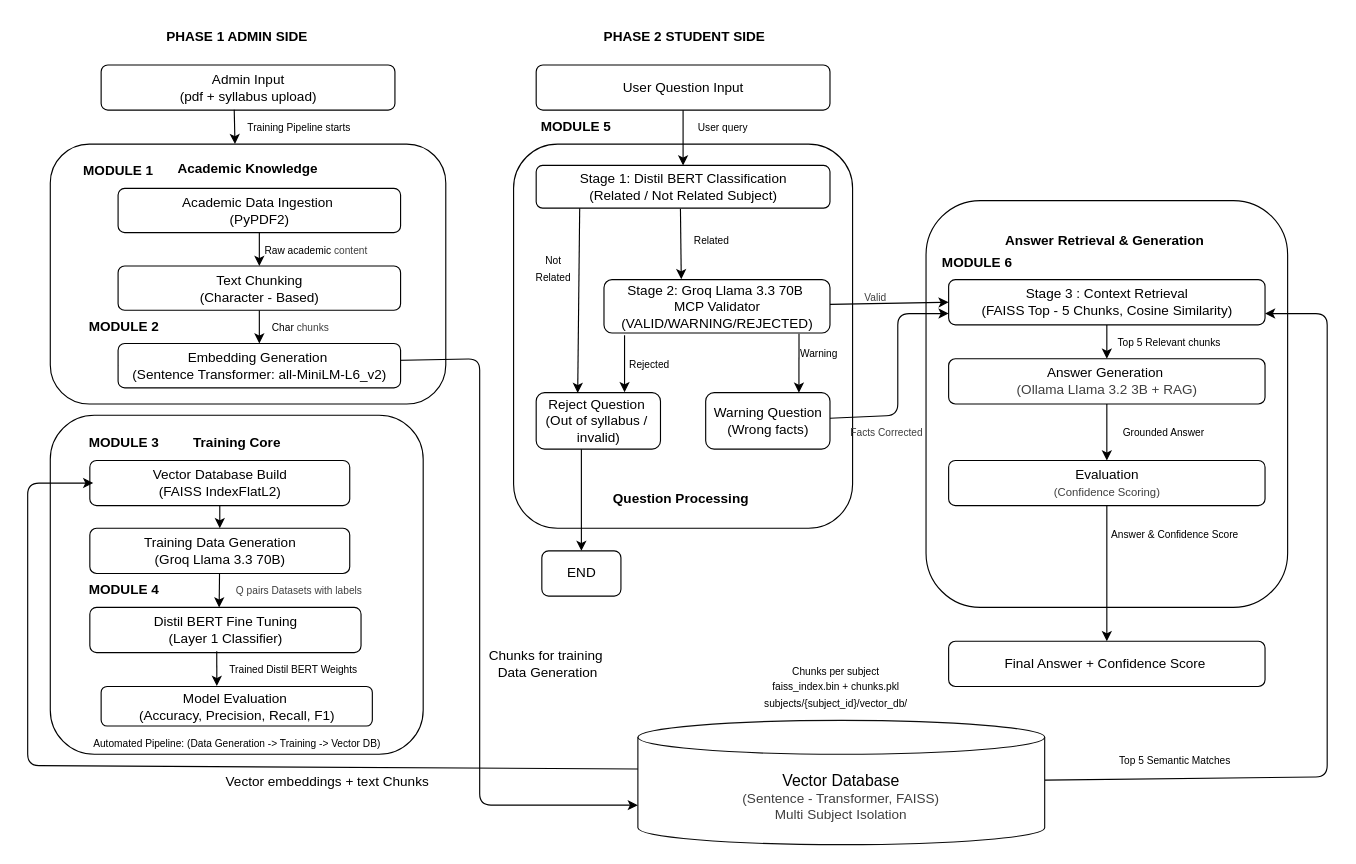
The draw.io diagram architecture/rajifinal.drawio in Rajalakshmi2110/academic_system, before the edit. Source tidied: cells renumbered, new cells numbered last; positions are measured from the earlier drawing's top-left corner, leaving out a move shared by most shapes. Both pictures are drawn from the tidied source at 113%, with x=0, y=0 at pixel (27, 19).
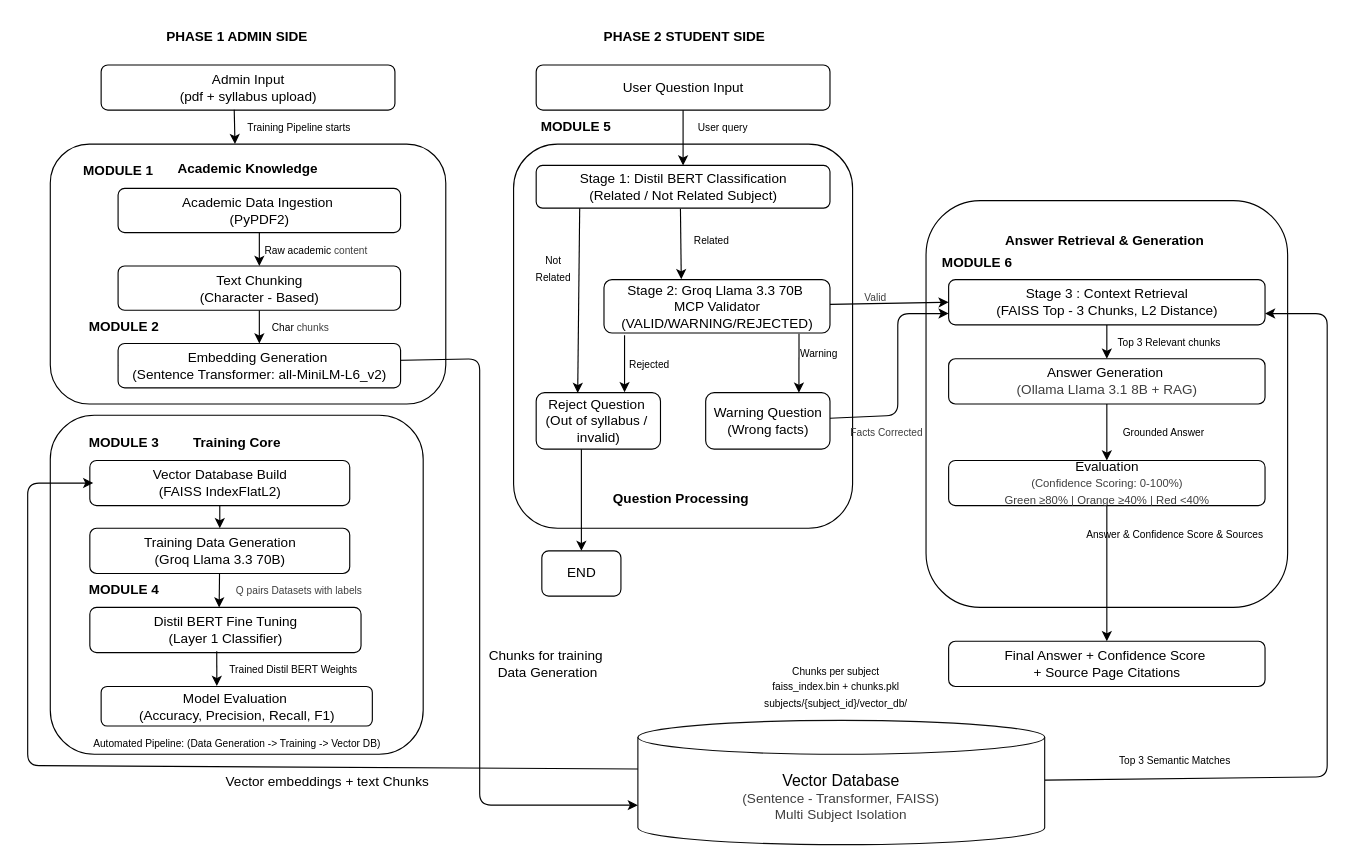
The same diagram, later.

Commit message:
fix: update final architecture diagram - Llama 3.1 8B, top-3 chunks, confidence thresholds, source citations

Unchanged cells that the change refers to:
```xml
<mxCell id="17" value="Answer Retrieval &amp;amp; Generation&amp;nbsp;&lt;div&gt;&lt;br&gt;&lt;/div&gt;&lt;div&gt;&lt;br&gt;&lt;/div&gt;&lt;div&gt;&lt;br&gt;&lt;/div&gt;&lt;div&gt;&lt;br&gt;&lt;/div&gt;&lt;div&gt;&lt;br&gt;&lt;/div&gt;&lt;div&gt;&lt;br&gt;&lt;/div&gt;&lt;div&gt;&lt;br&gt;&lt;/div&gt;&lt;div&gt;&lt;br&gt;&lt;/div&gt;&lt;div&gt;&lt;br&gt;&lt;/div&gt;&lt;div&gt;&lt;br&gt;&lt;/div&gt;&lt;div&gt;&lt;br&gt;&lt;/div&gt;&lt;div&gt;&lt;br&gt;&lt;/div&gt;&lt;div&gt;&lt;br&gt;&lt;/div&gt;&lt;div&gt;&lt;br&gt;&lt;/div&gt;&lt;div&gt;&lt;br&gt;&lt;/div&gt;&lt;div&gt;&lt;br&gt;&lt;/div&gt;&lt;div&gt;&lt;br&gt;&lt;/div&gt;&lt;div&gt;&lt;br&gt;&lt;/div&gt;&lt;div&gt;&lt;br&gt;&lt;/div&gt;&lt;div&gt;&lt;br&gt;&lt;/div&gt;" style="rounded=1;whiteSpace=wrap;html=1;fontStyle=1;" parent="1" vertex="1">
  <mxGeometry x="795" y="160" width="320" height="360" as="geometry" />
</mxCell>
```

What changed in the source:
```diff
@@
-    <mxCell id="19" value="Stage 3 : Context Retrieval&lt;div&gt;(FAISS Top - 5 Chunks, Cosine Similarity)&lt;/div&gt;" style="rounded=1;html=1;" parent="17" vertex="1">
+    <mxCell id="19" value="Stage 3 : Context Retrieval&lt;div&gt;(FAISS Top - 3 Chunks, L2 Distance)&lt;/div&gt;" style="rounded=1;html=1;" parent="17" vertex="1">
       <mxGeometry x="20" y="70" width="280" height="40" as="geometry" />
     </mxCell>
@@
-    <mxCell id="21" value="Answer Generation&amp;nbsp;&lt;div&gt;&lt;span style=&quot;color: rgb(63, 63, 63);&quot;&gt;(Ollama Llama 3.2 3B + RAG)&lt;/span&gt;&lt;/div&gt;" style="rounded=1;html=1;" parent="17" vertex="1">
+    <mxCell id="21" value="Answer Generation&amp;nbsp;&lt;div&gt;&lt;span style=&quot;color: rgb(63, 63, 63);&quot;&gt;(Ollama Llama 3.1 8B + RAG)&lt;/span&gt;&lt;/div&gt;" style="rounded=1;html=1;" parent="17" vertex="1">
       <mxGeometry x="20" y="140" width="280" height="40" as="geometry" />
     </mxCell>
-    <mxCell id="22" value="Evaluation&lt;div&gt;&lt;span style=&quot;color: rgb(63, 63, 63);&quot;&gt;&lt;font style=&quot;font-size: 10px;&quot;&gt;(Confidence Scoring)&lt;/font&gt;&lt;/span&gt;&lt;/div&gt;" style="rounded=1;html=1;" parent="17" vertex="1">
+    <mxCell id="22" value="Evaluation&lt;div&gt;&lt;span style=&quot;color: rgb(63, 63, 63);&quot;&gt;&lt;font style=&quot;font-size: 10px;&quot;&gt;(Confidence Scoring: 0-100%)&lt;/font&gt;&lt;/span&gt;&lt;/div&gt;&lt;div&gt;&lt;span style=&quot;color: rgb(63, 63, 63);&quot;&gt;&lt;font style=&quot;font-size: 10px;&quot;&gt;Green ≥80% | Orange ≥40% | Red &amp;lt;40%&lt;/font&gt;&lt;/span&gt;&lt;/div&gt;" style="rounded=1;html=1;" parent="17" vertex="1">
       <mxGeometry x="20" y="230" width="280" height="40" as="geometry" />
     </mxCell>
-    <mxCell id="23" value="&lt;font style=&quot;font-size: 9px;&quot;&gt;Top 5 Relevant chunks&lt;/font&gt;" style="text;html=1;align=center;verticalAlign=middle;strokeColor=none;fillColor=none;" parent="17" vertex="1">
+    <mxCell id="23" value="&lt;font style=&quot;font-size: 9px;&quot;&gt;Top 3 Relevant chunks&lt;/font&gt;" style="text;html=1;align=center;verticalAlign=middle;strokeColor=none;fillColor=none;" parent="17" vertex="1">
       <mxGeometry x="160" y="110" width="110" height="30" as="geometry" />
     </mxCell>
@@
-    <mxCell id="25" value="&lt;font style=&quot;font-size: 9px;&quot;&gt;Answer &amp;amp; Confidence Score&lt;/font&gt;" style="text;html=1;align=center;verticalAlign=middle;strokeColor=none;fillColor=none;" parent="17" vertex="1">
+    <mxCell id="25" value="&lt;font style=&quot;font-size: 9px;&quot;&gt;Answer &amp;amp; Confidence Score &amp;amp; Sources&lt;/font&gt;" style="text;html=1;align=center;verticalAlign=middle;strokeColor=none;fillColor=none;" parent="17" vertex="1">
       <mxGeometry x="150" y="280" width="140" height="30" as="geometry" />
     </mxCell>
@@
-    <mxCell id="32" value="&lt;font style=&quot;font-size: 9px;&quot;&gt;Top 5 Semantic Matches&lt;/font&gt;" style="text;html=1;align=center;verticalAlign=middle;strokeColor=none;fillColor=none;" parent="1" vertex="1">
+    <mxCell id="32" value="&lt;font style=&quot;font-size: 9px;&quot;&gt;Top 3 Semantic Matches&lt;/font&gt;" style="text;html=1;align=center;verticalAlign=middle;strokeColor=none;fillColor=none;" parent="1" vertex="1">
       <mxGeometry x="955" y="640" width="120" height="30" as="geometry" />
     </mxCell>
@@
-    <mxCell id="36" value="Final Answer + Confidence Score&amp;nbsp;" style="rounded=1;html=1;" parent="1" vertex="1">
+    <mxCell id="36" value="Final Answer + Confidence Score&amp;nbsp;&lt;div&gt;+ Source Page Citations&lt;/div&gt;" style="rounded=1;html=1;" parent="1" vertex="1">
       <mxGeometry x="815" y="550" width="280" height="40" as="geometry" />
     </mxCell>
```
